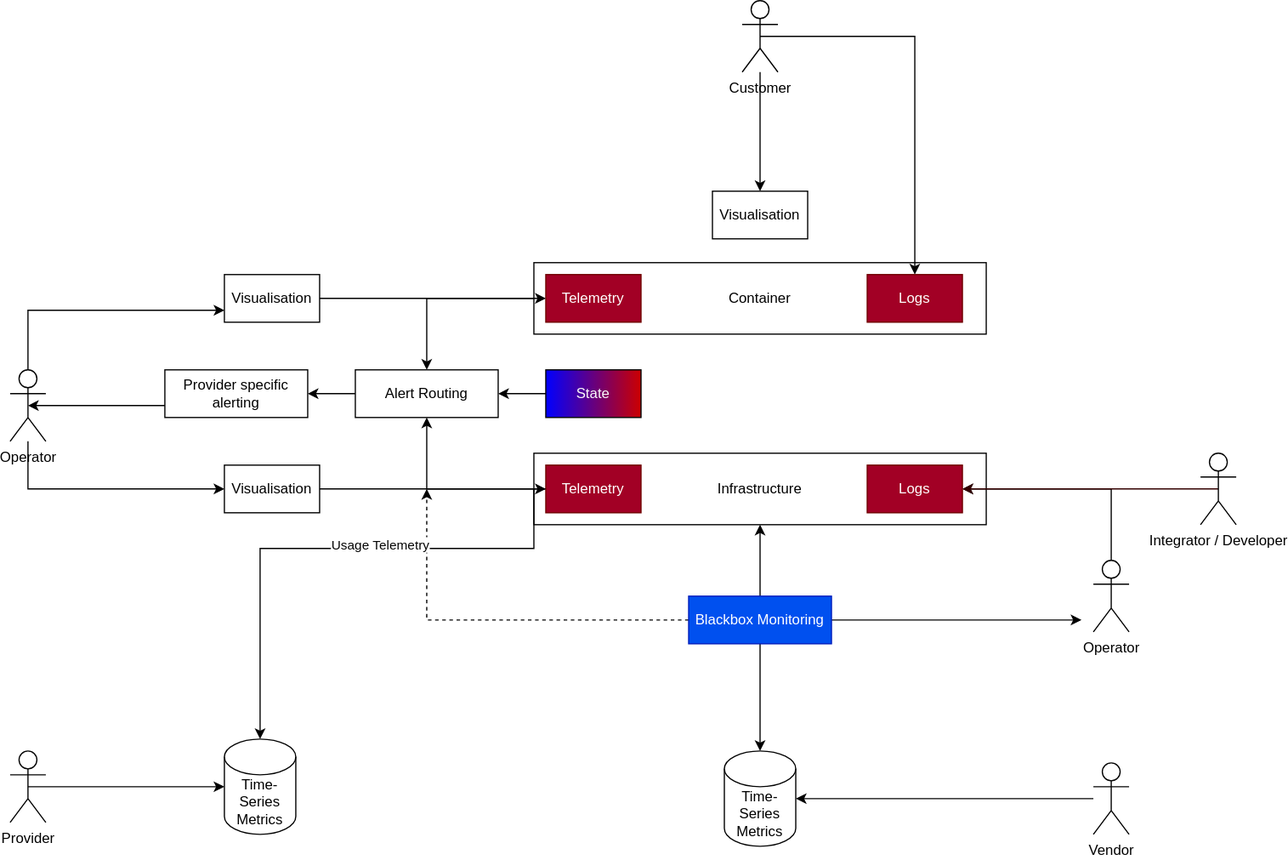
Before: overview_monitoring_architecture.svg, a diagram exported from draw.io (SovereignCloudStack/Design-Docs). Source tidied: cells renumbered, new cells last; positions are measured from the earlier drawing's top-left corner, leaving out a move shared by most shapes.
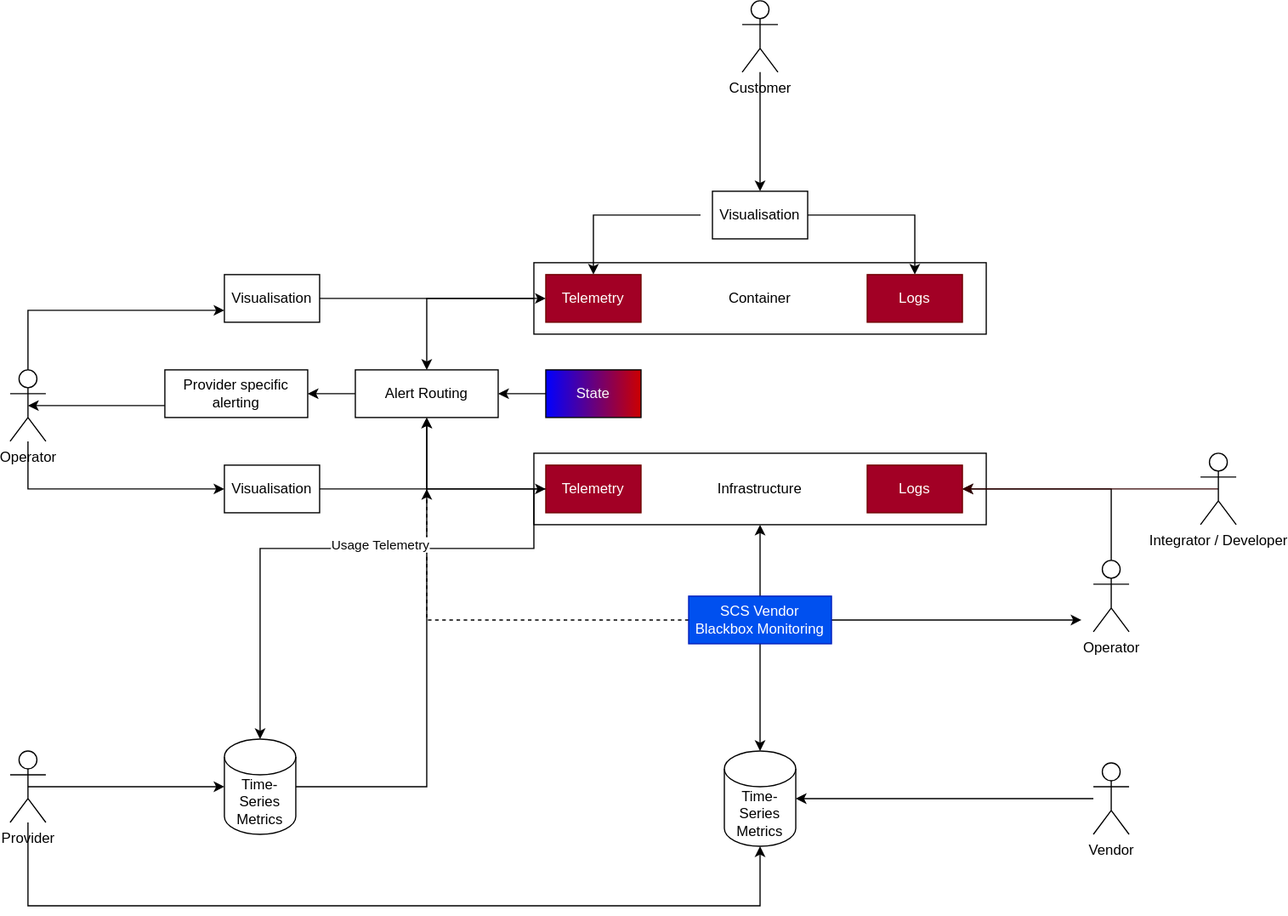
Later version of the same file.

Commit message:
add more flows between actors and data sources

these were items added in the call last friday. Even though this whole
architecture is tbd, I wanted to make sure we have this for future
reference.

The edit, as a diff of the source:
```diff
@@ -42,7 +42,7 @@
         <mxPoint x="350" y="410" as="targetPoint" />
       </mxGeometry>
     </mxCell>
-    <mxCell id="14" value="Blackbox Monitoring" style="rounded=0;whiteSpace=wrap;html=1;fillColor=#0050ef;strokeColor=#001DBC;fontColor=#ffffff;" parent="1" vertex="1">
+    <mxCell id="14" value="SCS Vendor Blackbox Monitoring" style="rounded=0;whiteSpace=wrap;html=1;fillColor=#0050ef;strokeColor=#001DBC;fontColor=#ffffff;" parent="1" vertex="1">
       <mxGeometry x="570" y="500" width="120" height="40" as="geometry" />
     </mxCell>
     <mxCell id="15" value="Time-Series Metrics" style="shape=cylinder3;whiteSpace=wrap;html=1;boundedLbl=1;backgroundOutline=1;size=15;" parent="1" vertex="1">
@@ -99,9 +99,14 @@
     <mxCell id="30" style="edgeStyle=orthogonalEdgeStyle;rounded=0;jettySize=auto;html=1;entryX=0.5;entryY=0;entryDx=0;entryDy=0;" parent="1" edge="1" source="32" target="23">
       <mxGeometry relative="1" as="geometry" />
     </mxCell>
-    <mxCell id="31" style="edgeStyle=orthogonalEdgeStyle;rounded=0;jettySize=auto;html=1;exitX=0.5;exitY=0.5;exitDx=0;exitDy=0;exitPerimeter=0;entryX=0.5;entryY=0;entryDx=0;entryDy=0;" parent="1" edge="1" source="32" target="34">
+    <mxCell id="31" style="edgeStyle=orthogonalEdgeStyle;rounded=0;jettySize=auto;html=1;exitX=1;exitY=0.5;exitDx=0;exitDy=0;entryX=0.5;entryY=0;entryDx=0;entryDy=0;" parent="1" edge="1" source="23" target="34">
       <mxGeometry relative="1" as="geometry" />
     </mxCell>
+    <mxCell id="44" style="edgeStyle=orthogonalEdgeStyle;rounded=0;jettySize=auto;html=1;" parent="1" edge="1" target="9">
+      <mxGeometry relative="1" as="geometry">
+        <mxPoint x="580" y="180" as="sourcePoint" />
+      </mxGeometry>
+    </mxCell>
     <mxCell id="32" value="Customer" style="shape=umlActor;verticalLabelPosition=bottom;verticalAlign=top;html=1;outlineConnect=0;" parent="1" vertex="1">
       <mxGeometry x="615" width="30" height="60" as="geometry" />
     </mxCell>
@@ -117,12 +122,23 @@
     <mxCell id="36" value="Integrator / Developer" style="shape=umlActor;verticalLabelPosition=bottom;verticalAlign=top;html=1;outlineConnect=0;" parent="1" vertex="1">
       <mxGeometry x="1000" y="380" width="30" height="60" as="geometry" />
     </mxCell>
+    <mxCell id="45" style="edgeStyle=orthogonalEdgeStyle;rounded=0;jettySize=auto;html=1;exitX=1;exitY=0.5;exitDx=0;exitDy=0;exitPerimeter=0;entryX=0.5;entryY=1;entryDx=0;entryDy=0;" parent="1" edge="1" source="37" target="17">
+      <mxGeometry relative="1" as="geometry" />
+    </mxCell>
     <mxCell id="37" value="Time-Series Metrics" style="shape=cylinder3;whiteSpace=wrap;html=1;boundedLbl=1;backgroundOutline=1;size=15;" parent="1" vertex="1">
       <mxGeometry x="180" y="620" width="60" height="80" as="geometry" />
     </mxCell>
     <mxCell id="38" style="edgeStyle=orthogonalEdgeStyle;rounded=0;jettySize=auto;html=1;exitX=0.5;exitY=0.5;exitDx=0;exitDy=0;exitPerimeter=0;entryX=0;entryY=0.5;entryDx=0;entryDy=0;entryPerimeter=0;fontColor=#FAFAFA;" parent="1" edge="1" source="39" target="37">
       <mxGeometry relative="1" as="geometry" />
     </mxCell>
+    <mxCell id="46" style="edgeStyle=orthogonalEdgeStyle;rounded=0;jettySize=auto;html=1;entryX=0.5;entryY=1;entryDx=0;entryDy=0;entryPerimeter=0;" parent="1" edge="1" source="39" target="15">
+      <mxGeometry relative="1" as="geometry">
+        <Array as="points">
+          <mxPoint x="15" y="760" />
+          <mxPoint x="630" y="760" />
+        </Array>
+      </mxGeometry>
+    </mxCell>
     <mxCell id="39" value="Provider" style="shape=umlActor;verticalLabelPosition=bottom;verticalAlign=top;html=1;outlineConnect=0;" parent="1" vertex="1">
       <mxGeometry y="630" width="30" height="60" as="geometry" />
     </mxCell>
```
